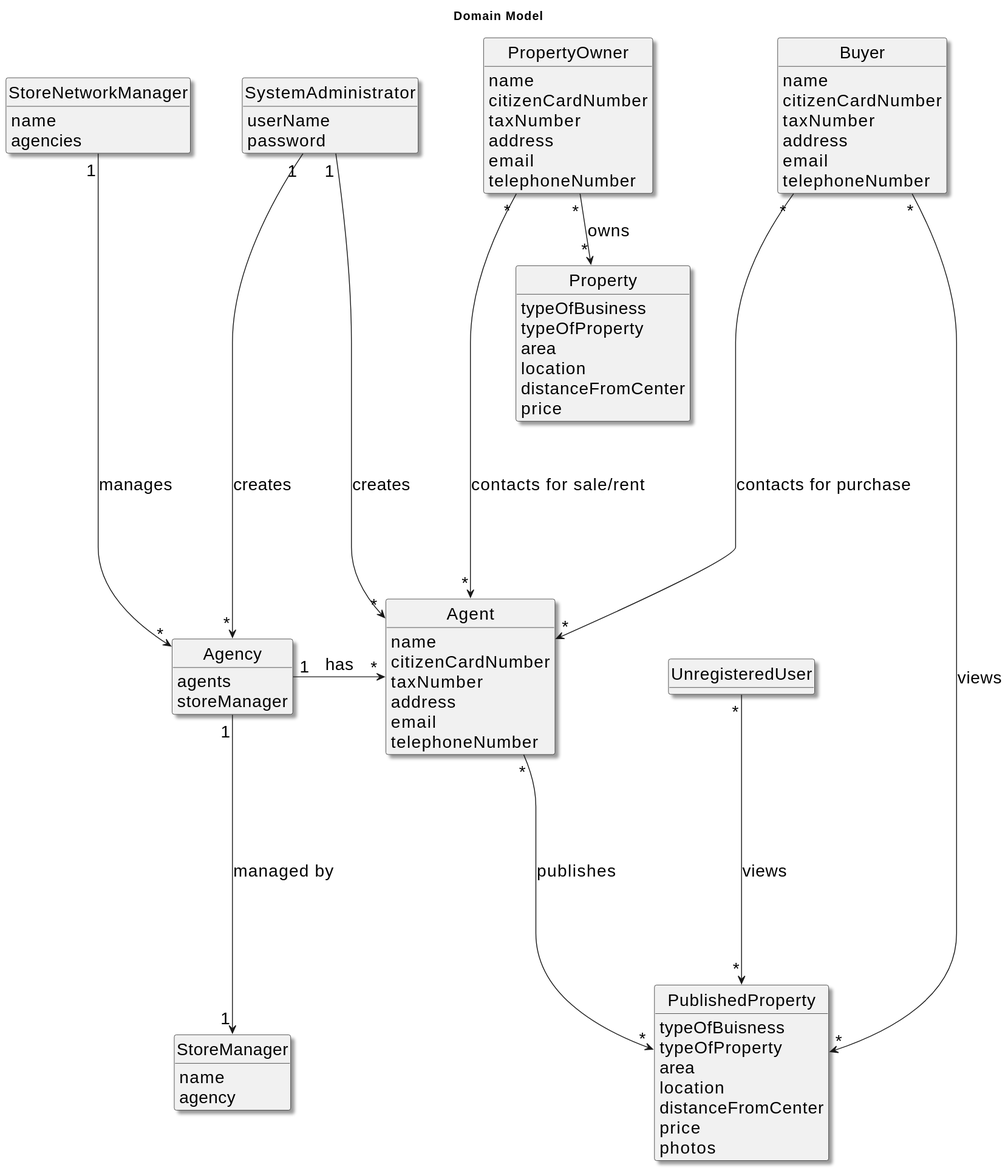
Above: docs/sprintA/global-artifacts/02.analysis/svg/project-domain-model-right-alternative.svg in Goncalves2525/real-estate-management-system (PlantUML), before the change.
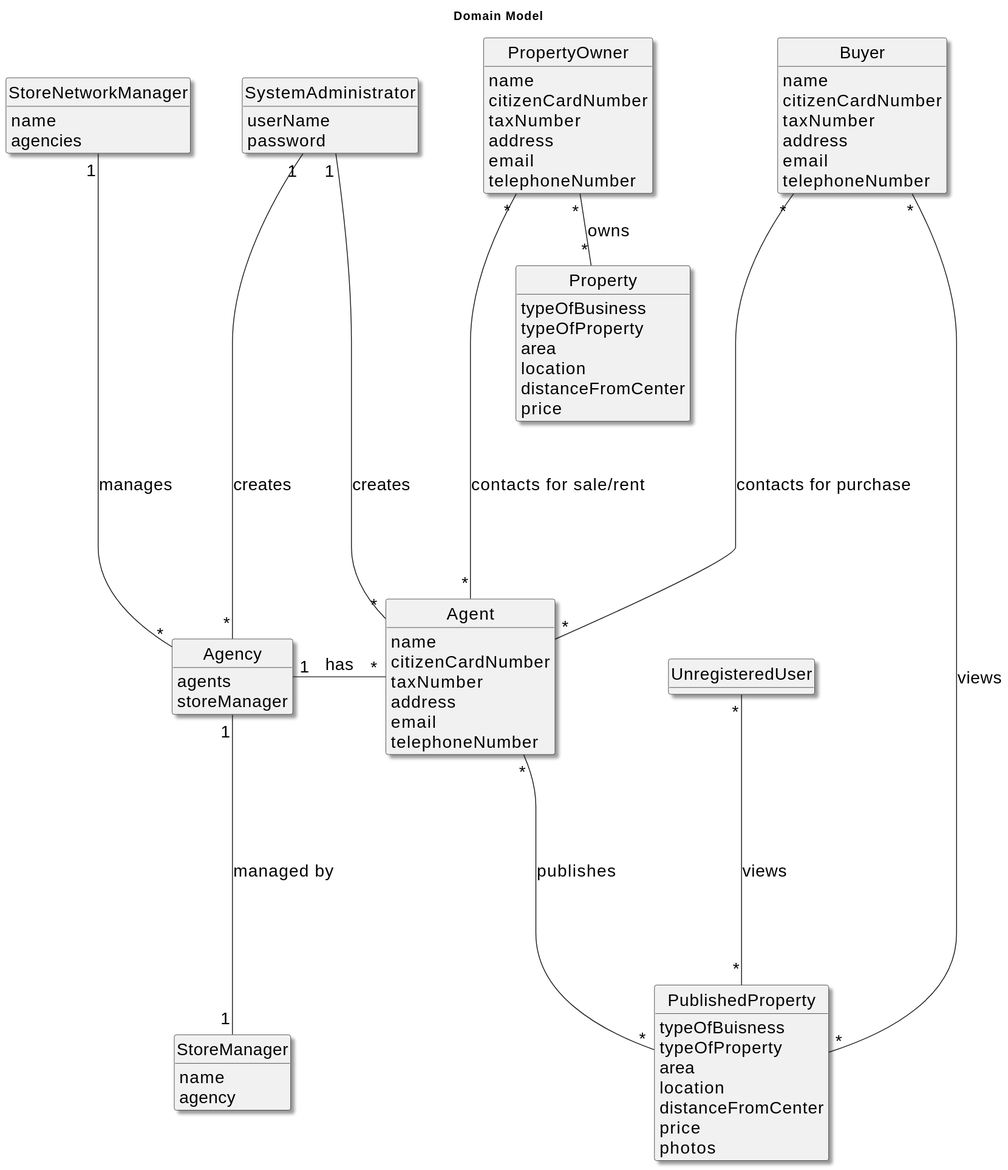
The same file after the commit.

Commit message:
Use case diagram update and us003 update

The edit, as a diff of the source:
```diff
@@ -80,17 +80,17 @@
     photos
 }
 
-SystemAdministrator "1" -----> "*" Agent : creates
-SystemAdministrator "1" -----> "*" Agency : creates
-Buyer "*" -----> "*" Agent : contacts for purchase
-Buyer "*" -----> "*" PublishedProperty : views
-PropertyOwner "*" -----> "*" Agent : contacts for sale/rent
-StoreNetworkManager "1" -----> "*" Agency : manages
-Agency "1" -----> "1" StoreManager  : managed by
-Agent "*" -----> "*" PublishedProperty : publishes
-Agency "1" -> "*" Agent : has
-PropertyOwner "*" --> "*" Property : owns
-UnregisteredUser "*" -----> "*" PublishedProperty : views
+SystemAdministrator "1" ----- "*" Agent : creates
+SystemAdministrator "1" ----- "*" Agency : creates
+Buyer "*" ----- "*" Agent : contacts for purchase
+Buyer "*" ----- "*" PublishedProperty : views
+PropertyOwner "*" ----- "*" Agent : contacts for sale/rent
+StoreNetworkManager "1" ----- "*" Agency : manages
+Agency "1" ----- "1" StoreManager  : managed by
+Agent "*" ----- "*" PublishedProperty : publishes
+Agency "1" - "*" Agent : has
+PropertyOwner "*" -- "*" Property : owns
+UnregisteredUser "*" ----- "*" PublishedProperty : views
 
 
 @enduml
```
